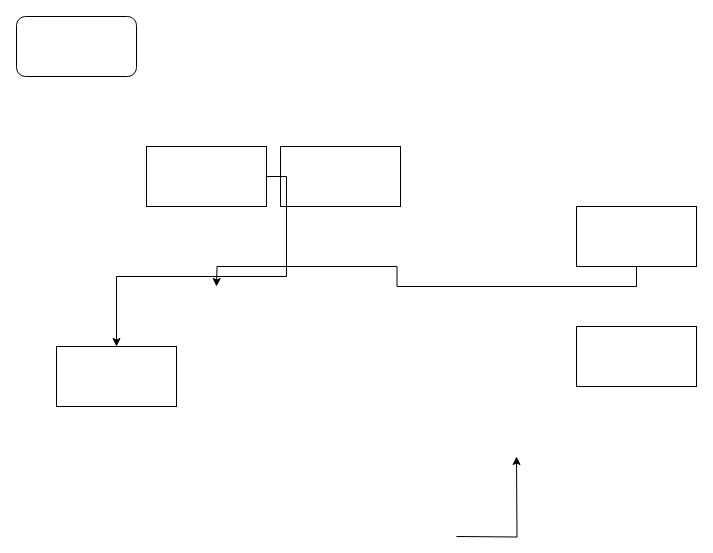
Before: 未命名绘图.drawio in xiao-do-do/authentication, a draw.io diagram. Source tidied: cells renumbered, new cells numbered last; positions are measured from the earlier drawing's top-left corner, leaving out a move shared by most shapes. Both pictures are drawn from the tidied source at 100%, with x=0, y=0 at pixel (16, 16).
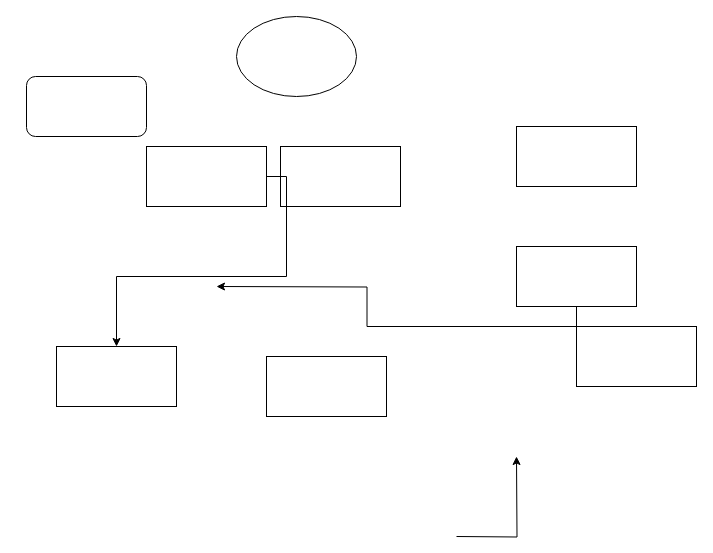
After the change.

Commit message:
更新未命名绘图.drawio

Change to the diagram source:
```diff
@@
 <mxGraphModel>
   <root>
     <mxCell id="0" />
     <mxCell id="1" parent="0" />
     <mxCell id="2" style="rounded=0;whiteSpace=wrap;html=1;" parent="1" vertex="1">
       <mxGeometry x="264" y="130" width="120" height="60" as="geometry" />
     </mxCell>
     <mxCell id="3" style="edgeStyle=orthogonalEdgeStyle;rounded=0;jettySize=auto;html=1;exitX=1;exitY=0.5;exitDx=0;exitDy=0;" parent="1" edge="1" source="4" target="10">
       <mxGeometry relative="1" as="geometry" />
     </mxCell>
     <mxCell id="4" style="rounded=0;whiteSpace=wrap;html=1;" parent="1" vertex="1">
       <mxGeometry x="130" y="130" width="120" height="60" as="geometry" />
     </mxCell>
     <mxCell id="5" style="edgeStyle=orthogonalEdgeStyle;rounded=0;jettySize=auto;html=1;exitX=0.5;exitY=1;exitDx=0;exitDy=0;" parent="1" edge="1" source="6">
       <mxGeometry relative="1" as="geometry">
         <mxPoint x="200" y="270" as="targetPoint" />
       </mxGeometry>
     </mxCell>
     <mxCell id="6" style="rounded=0;whiteSpace=wrap;html=1;" parent="1" vertex="1">
-      <mxGeometry x="560" y="190" width="120" height="60" as="geometry" />
+      <mxGeometry x="500" y="230" width="120" height="60" as="geometry" />
     </mxCell>
     <mxCell id="7" style="rounded=1;whiteSpace=wrap;html=1;" parent="1" vertex="1">
-      <mxGeometry width="120" height="60" as="geometry" />
+      <mxGeometry x="10" y="60" width="120" height="60" as="geometry" />
     </mxCell>
     <mxCell id="8" style="edgeStyle=orthogonalEdgeStyle;rounded=0;orthogonalLoop=1;jettySize=auto;html=1;exitX=0.5;exitY=1;exitDx=0;exitDy=0;" parent="1" edge="1">
       <mxGeometry relative="1" as="geometry">
         <mxPoint x="440" y="520" as="sourcePoint" />
         <mxPoint x="500" y="440" as="targetPoint" />
       </mxGeometry>
     </mxCell>
     <mxCell id="9" style="rounded=0;whiteSpace=wrap;html=1;" parent="1" vertex="1">
       <mxGeometry x="560" y="310" width="120" height="60" as="geometry" />
     </mxCell>
     <mxCell id="10" style="rounded=0;whiteSpace=wrap;html=1;" parent="1" vertex="1">
       <mxGeometry x="40" y="330" width="120" height="60" as="geometry" />
     </mxCell>
+    <mxCell id="11" style="rounded=0;whiteSpace=wrap;html=1;" parent="1" vertex="1">
+      <mxGeometry x="250" y="340" width="120" height="60" as="geometry" />
+    </mxCell>
+    <mxCell id="12" style="rounded=0;whiteSpace=wrap;html=1;" parent="1" vertex="1">
+      <mxGeometry x="500" y="110" width="120" height="60" as="geometry" />
+    </mxCell>
+    <mxCell id="13" style="ellipse;whiteSpace=wrap;html=1;" parent="1" vertex="1">
+      <mxGeometry x="220" width="120" height="80" as="geometry" />
+    </mxCell>
   </root>
 </mxGraphModel>
```
